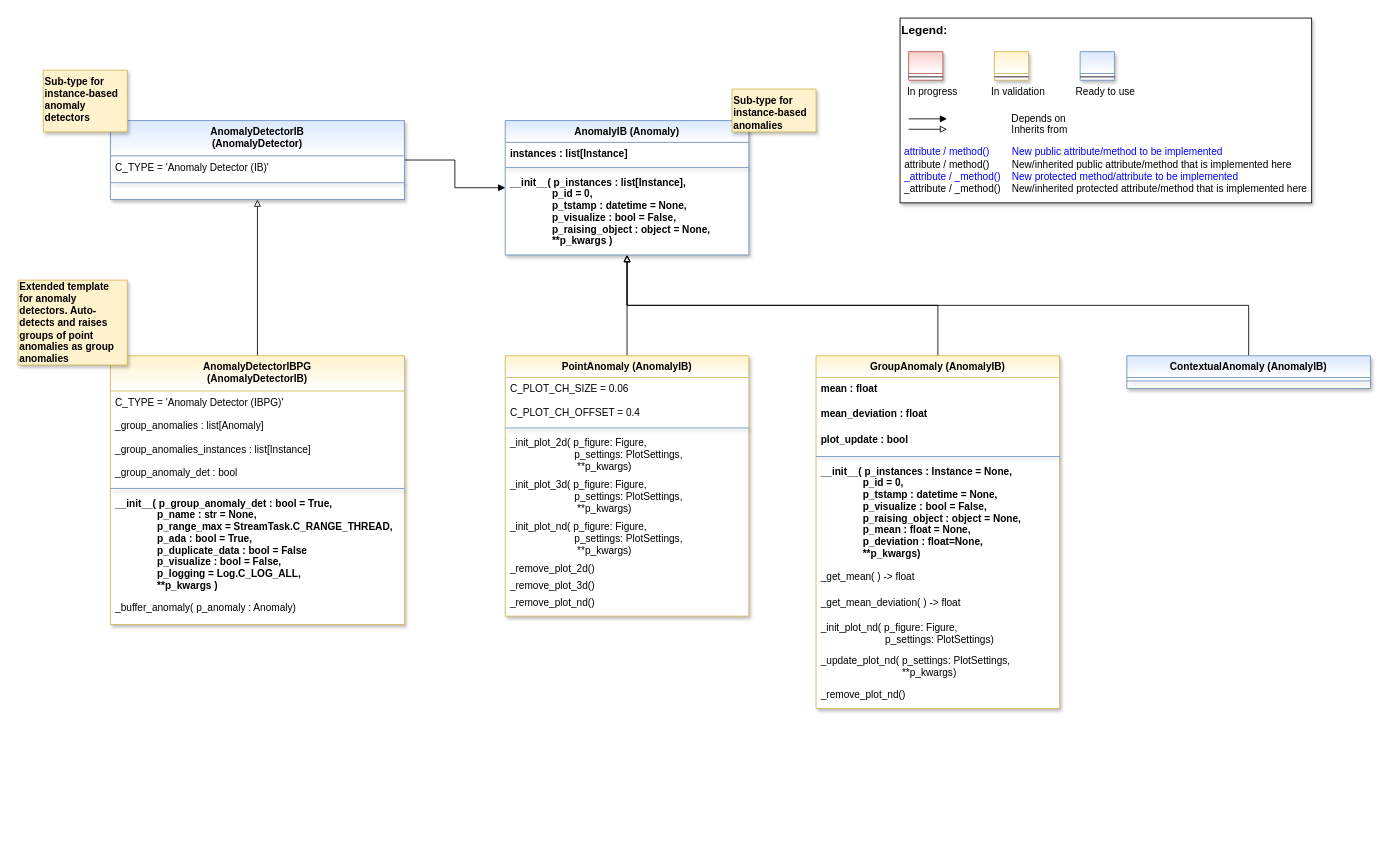
The draw.io diagram doc/rtd/content/99_appendices/appendix2/sub/mlpro_oa/streams/30_change_detection/10_anomaly_detection/10_instance_based/images/MLPro-OA-Anomaly-Detectors-IB_class_diagram.drawio in fhswf/MLPro, before the edit. Source tidied: cells renumbered, new cells numbered last; positions are measured from the earlier drawing's top-left corner, leaving out a move shared by most shapes. Both pictures are drawn from the tidied source at 84%, with x=0, y=0 at pixel (18, 18).
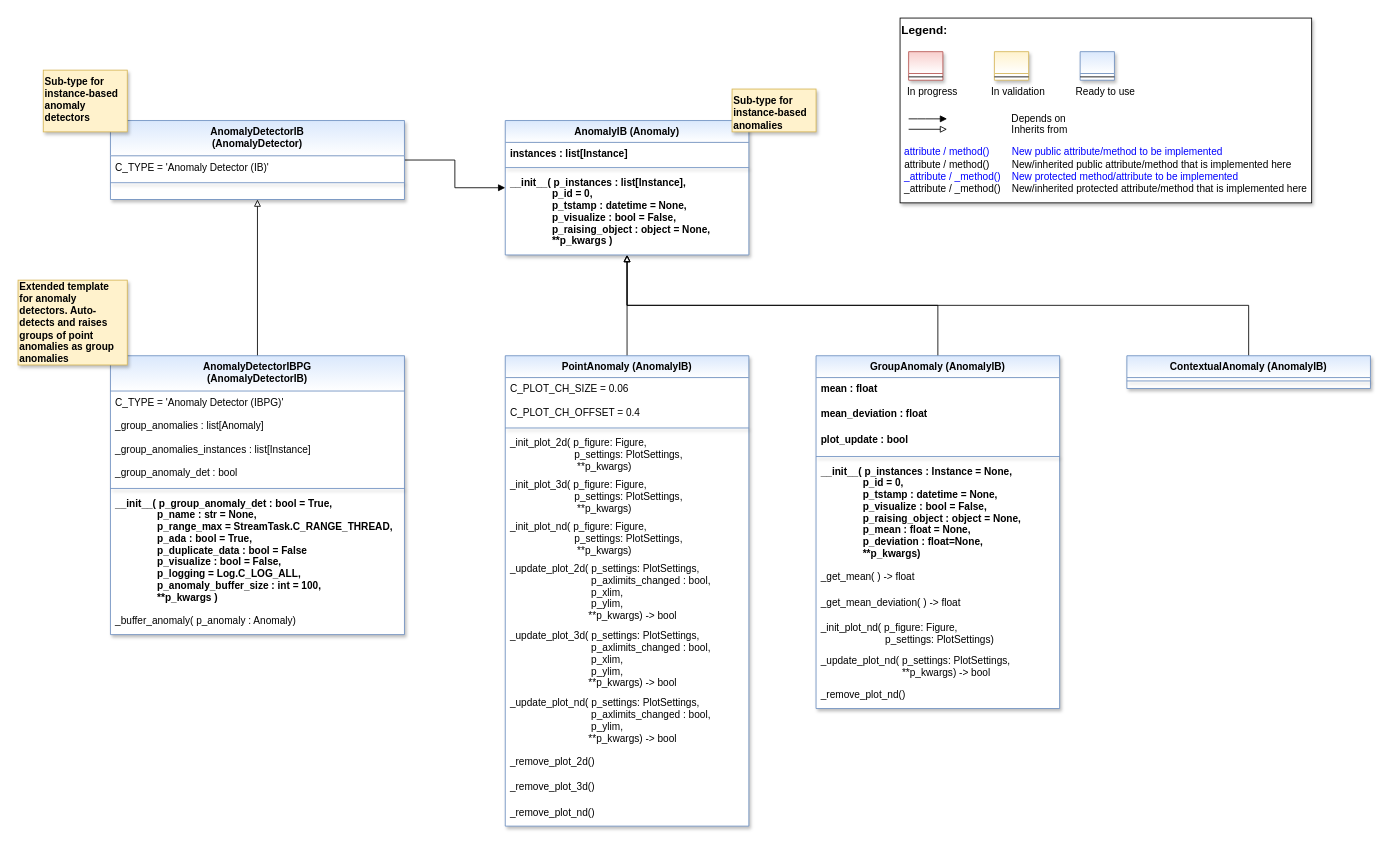
Above is the later version.

What changed in the source:
```diff
@@
-    <mxCell id="13" value="PointAnomaly (AnomalyIB)" style="swimlane;fontStyle=1;align=center;verticalAlign=top;horizontal=1;startSize=26;rounded=0;shadow=1;strokeWidth=1;fillColor=#fff2cc;strokeColor=#d6b656;swimlaneFillColor=#ffffff;fontFamily=Helvetica;fontSize=12;gradientColor=#FFFFFF;" parent="1" vertex="1">
-      <mxGeometry x="580" y="402" width="290" height="310" as="geometry" />
+    <mxCell id="13" value="PointAnomaly (AnomalyIB)" style="swimlane;fontStyle=1;align=center;verticalAlign=top;horizontal=1;startSize=26;rounded=0;shadow=1;strokeWidth=1;fillColor=#dae8fc;strokeColor=#6c8ebf;swimlaneFillColor=#ffffff;fontFamily=Helvetica;fontSize=12;gradientColor=#FFFFFF;" parent="1" vertex="1">
+      <mxGeometry x="580" y="402" width="290" height="560" as="geometry" />
     </mxCell>
@@
+    <mxCell id="58" value="_update_plot_2d( p_settings: PlotSettings,&#10;                             p_axlimits_changed : bool,&#10;                             p_xlim,&#10;                             p_ylim,&#10;                            **p_kwargs) -&gt; bool" style="text;align=left;verticalAlign=top;spacingLeft=4;spacingRight=4;overflow=hidden;" parent="13" vertex="1">
+      <mxGeometry y="240" width="290" height="80" as="geometry" />
+    </mxCell>
+    <mxCell id="59" value="_update_plot_3d( p_settings: PlotSettings,&#10;                             p_axlimits_changed : bool,&#10;                             p_xlim,&#10;                             p_ylim,&#10;                            **p_kwargs) -&gt; bool" style="text;align=left;verticalAlign=top;spacingLeft=4;spacingRight=4;overflow=hidden;" parent="13" vertex="1">
+      <mxGeometry y="320" width="290" height="80" as="geometry" />
+    </mxCell>
+    <mxCell id="60" value="_update_plot_nd( p_settings: PlotSettings,&#10;                             p_axlimits_changed : bool,&#10;                             p_ylim,&#10;                            **p_kwargs) -&gt; bool" style="text;align=left;verticalAlign=top;spacingLeft=4;spacingRight=4;overflow=hidden;" parent="13" vertex="1">
+      <mxGeometry y="400" width="290" height="70" as="geometry" />
+    </mxCell>
     <mxCell id="20" value="_remove_plot_2d()" style="text;align=left;verticalAlign=top;spacingLeft=4;spacingRight=4;overflow=hidden;" parent="13" vertex="1">
-      <mxGeometry y="240" width="290" height="20" as="geometry" />
+      <mxGeometry y="470" width="290" height="30" as="geometry" />
     </mxCell>
     <mxCell id="21" value="_remove_plot_3d()" style="text;align=left;verticalAlign=top;spacingLeft=4;spacingRight=4;overflow=hidden;" parent="13" vertex="1">
-      <mxGeometry y="260" width="290" height="20" as="geometry" />
+      <mxGeometry y="500" width="290" height="30" as="geometry" />
     </mxCell>
     <mxCell id="22" value="_remove_plot_nd()" style="text;align=left;verticalAlign=top;spacingLeft=4;spacingRight=4;overflow=hidden;" parent="13" vertex="1">
-      <mxGeometry y="280" width="290" height="20" as="geometry" />
+      <mxGeometry y="530" width="290" height="30" as="geometry" />
     </mxCell>
@@
-    <mxCell id="24" value="GroupAnomaly (AnomalyIB)" style="swimlane;align=center;verticalAlign=top;horizontal=1;startSize=26;rounded=0;shadow=1;strokeWidth=1;fillColor=#fff2cc;strokeColor=#d6b656;swimlaneFillColor=#ffffff;gradientColor=#FFFFFF;" parent="1" vertex="1">
+    <mxCell id="24" value="GroupAnomaly (AnomalyIB)" style="swimlane;align=center;verticalAlign=top;horizontal=1;startSize=26;rounded=0;shadow=1;strokeWidth=1;fillColor=#dae8fc;strokeColor=#6c8ebf;swimlaneFillColor=#ffffff;gradientColor=#FFFFFF;" parent="1" vertex="1">
       <mxGeometry x="950" y="402" width="290" height="420" as="geometry" />
     </mxCell>
@@
-    <mxCell id="33" value="_update_plot_nd( p_settings: PlotSettings,&#10;                             **p_kwargs)" style="text;align=left;verticalAlign=top;spacingLeft=4;spacingRight=4;overflow=hidden;" parent="24" vertex="1">
+    <mxCell id="33" value="_update_plot_nd( p_settings: PlotSettings,&#10;                             **p_kwargs) -&gt; bool" style="text;align=left;verticalAlign=top;spacingLeft=4;spacingRight=4;overflow=hidden;" parent="24" vertex="1">
       <mxGeometry y="350" width="290" height="40" as="geometry" />
     </mxCell>
@@
-    <mxCell id="39" value="AnomalyDetectorIBPG&#10;(AnomalyDetectorIB)" style="swimlane;fontStyle=1;align=center;verticalAlign=top;horizontal=1;startSize=42;rounded=0;shadow=1;strokeWidth=1;fillColor=#fff2cc;strokeColor=#d6b656;swimlaneFillColor=#ffffff;fontFamily=Helvetica;fontSize=12;gradientColor=#FFFFFF;" parent="1" vertex="1">
-      <mxGeometry x="110" y="402" width="350" height="320" as="geometry" />
+    <mxCell id="39" value="AnomalyDetectorIBPG&#10;(AnomalyDetectorIB)" style="swimlane;fontStyle=1;align=center;verticalAlign=top;horizontal=1;startSize=42;rounded=0;shadow=1;strokeWidth=1;fillColor=#dae8fc;strokeColor=#6c8ebf;swimlaneFillColor=#ffffff;fontFamily=Helvetica;fontSize=12;gradientColor=#FFFFFF;" parent="1" vertex="1">
+      <mxGeometry x="110" y="402" width="350" height="332" as="geometry" />
     </mxCell>
@@
-    <mxCell id="45" value="__init__( p_group_anomaly_det : bool = True,&#10;               p_name : str = None,&#10;               p_range_max = StreamTask.C_RANGE_THREAD,&#10;               p_ada : bool = True,&#10;               p_duplicate_data : bool = False&#10;               p_visualize : bool = False,&#10;               p_logging = Log.C_LOG_ALL,&#10;               **p_kwargs )" style="text;align=left;verticalAlign=top;spacingLeft=4;spacingRight=4;overflow=hidden;fontStyle=1;" parent="39" vertex="1">
-      <mxGeometry y="162" width="350" height="124" as="geometry" />
+    <mxCell id="45" value="__init__( p_group_anomaly_det : bool = True,&#10;               p_name : str = None,&#10;               p_range_max = StreamTask.C_RANGE_THREAD,&#10;               p_ada : bool = True,&#10;               p_duplicate_data : bool = False&#10;               p_visualize : bool = False,&#10;               p_logging = Log.C_LOG_ALL,&#10;               p_anomaly_buffer_size : int = 100,&#10;               **p_kwargs )" style="text;align=left;verticalAlign=top;spacingLeft=4;spacingRight=4;overflow=hidden;fontStyle=1;" parent="39" vertex="1">
+      <mxGeometry y="162" width="350" height="140" as="geometry" />
     </mxCell>
     <mxCell id="46" value="_buffer_anomaly( p_anomaly : Anomaly)" style="text;align=left;verticalAlign=top;spacingLeft=4;spacingRight=4;overflow=hidden;shadow=1;" parent="39" vertex="1">
-      <mxGeometry y="286" width="350" height="30" as="geometry" />
+      <mxGeometry y="302" width="350" height="30" as="geometry" />
     </mxCell>
```
